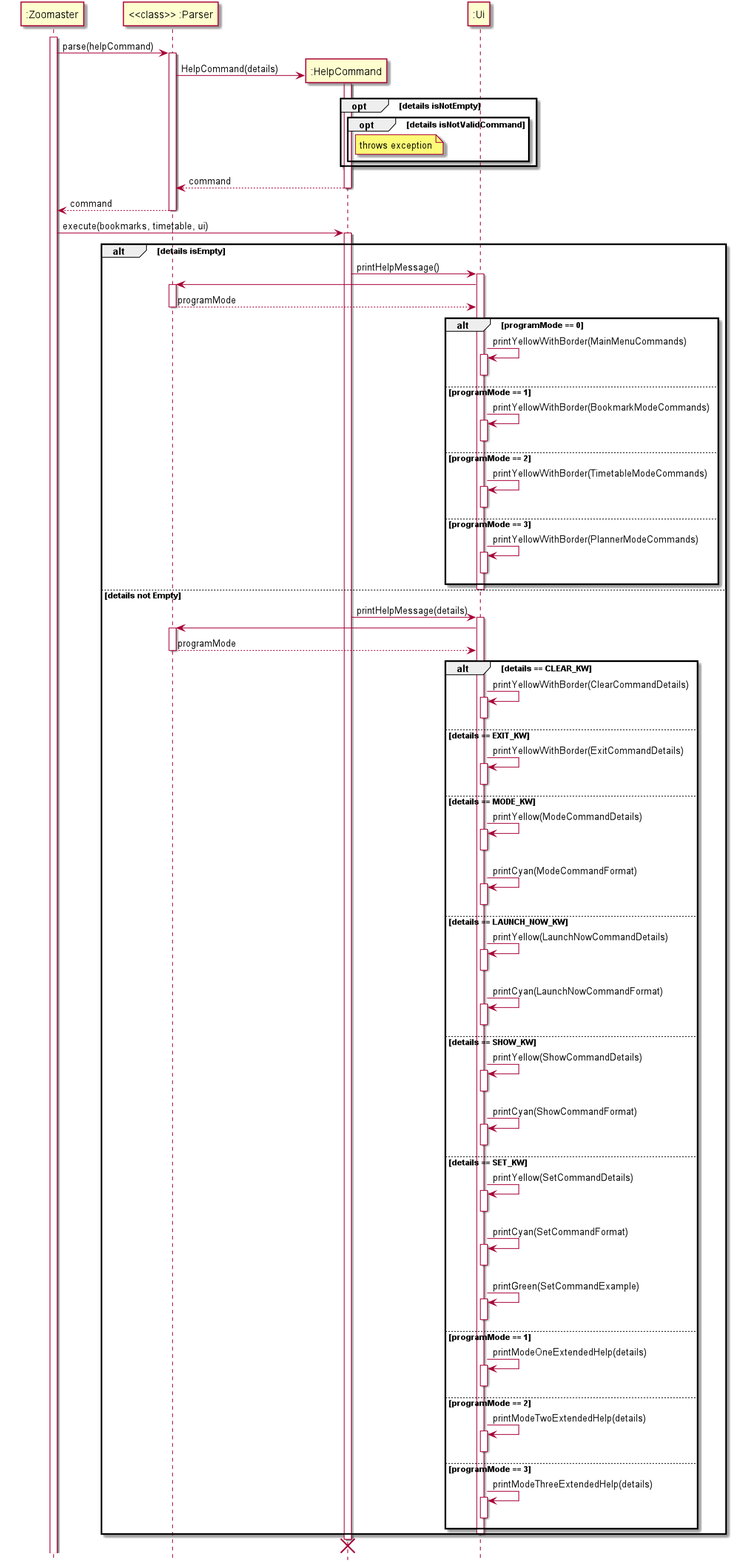
Before: docs/diagrams/loadModuleList/helpCommandOverallDiagram.png, a diagram exported from PlantUML (nus-cs2113-AY2021S1/tp).
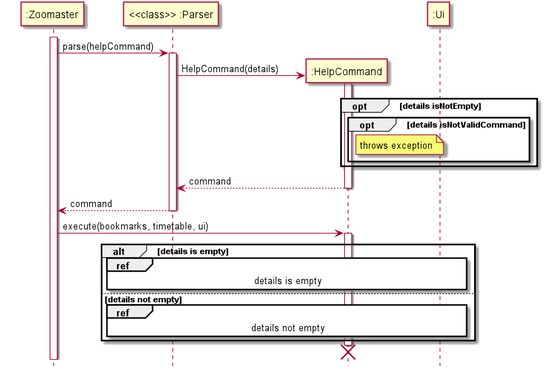
The same file after the commit.

Commit message:
broke up sequence diagrams, edited parsercommand diagrams

What changed in the source:
```diff
@@ -30,115 +30,20 @@
 Zoomaster-> HelpCommand : execute(bookmarks, timetable, ui)
 activate HelpCommand
 
-alt details isEmpty
+alt details is empty
 
-    HelpCommand -> Ui : printHelpMessage()
-    activate Ui
-    Ui -> Parser :
-    activate Parser
-    Parser --> Ui : programMode
-    deactivate Parser
+        ref over Parser, HelpCommand, Ui
+            details is empty
+        end ref
 
-    alt programMode == 0
-    Ui -> Ui : printYellowWithBorder(MainMenuCommands)
-        activate Ui
-        deactivate Ui
-
-    else programMode == 1
-    Ui -> Ui : printYellowWithBorder(BookmarkModeCommands)
-            activate Ui
-            deactivate Ui
-
-    else programMode == 2
-    Ui -> Ui : printYellowWithBorder(TimetableModeCommands)
-            activate Ui
-            deactivate Ui
-
-    else programMode == 3
-    Ui -> Ui : printYellowWithBorder(PlannerModeCommands)
-            activate Ui
-            deactivate Ui
-
+else details not empty
+        ref over Parser, HelpCommand, Ui
+            details not empty
+        end ref
     end alt
     deactivate Ui
 
 
-
-else details not Empty
-
-    HelpCommand -> Ui : printHelpMessage(details)
-    activate Ui
-    Ui -> Parser :
-    activate Parser
-    Parser --> Ui : programMode
-    deactivate Parser
-
-
-
-    alt details == CLEAR_KW
-    Ui -> Ui : printYellowWithBorder(ClearCommandDetails)
-        activate Ui
-        deactivate Ui
-
-    else details == EXIT_KW
-    Ui -> Ui : printYellowWithBorder(ExitCommandDetails)
-        activate Ui
-        deactivate Ui
-
-    else details == MODE_KW
-    Ui -> Ui : printYellow(ModeCommandDetails)
-        activate Ui
-        deactivate Ui
-    Ui -> Ui : printCyan(ModeCommandFormat)
-        activate Ui
-        deactivate Ui
-
-    else details == LAUNCH_NOW_KW
-    Ui -> Ui : printYellow(LaunchNowCommandDetails)
-        activate Ui
-        deactivate Ui
-    Ui -> Ui : printCyan(LaunchNowCommandFormat)
-        activate Ui
-        deactivate Ui
-
-    else details == SHOW_KW
-    Ui -> Ui : printYellow(ShowCommandDetails)
-        activate Ui
-        deactivate Ui
-    Ui -> Ui : printCyan(ShowCommandFormat)
-        activate Ui
-        deactivate Ui
-
-    else details == SET_KW
-    Ui -> Ui : printYellow(SetCommandDetails)
-        activate Ui
-        deactivate Ui
-    Ui -> Ui : printCyan(SetCommandFormat)
-        activate Ui
-        deactivate Ui
-    Ui -> Ui : printGreen(SetCommandExample)
-        activate Ui
-        deactivate Ui
-
-    else programMode == 1
-    Ui -> Ui : printModeOneExtendedHelp(details)
-            activate Ui
-            deactivate Ui
-
-    else programMode == 2
-    Ui -> Ui : printModeTwoExtendedHelp(details)
-            activate Ui
-            deactivate Ui
-
-    else programMode == 3
-    Ui -> Ui : printModeThreeExtendedHelp(details)
-            activate Ui
-            deactivate Ui
-
-    end alt
-    deactivate Ui
-
-end alt
 
 
 
```
